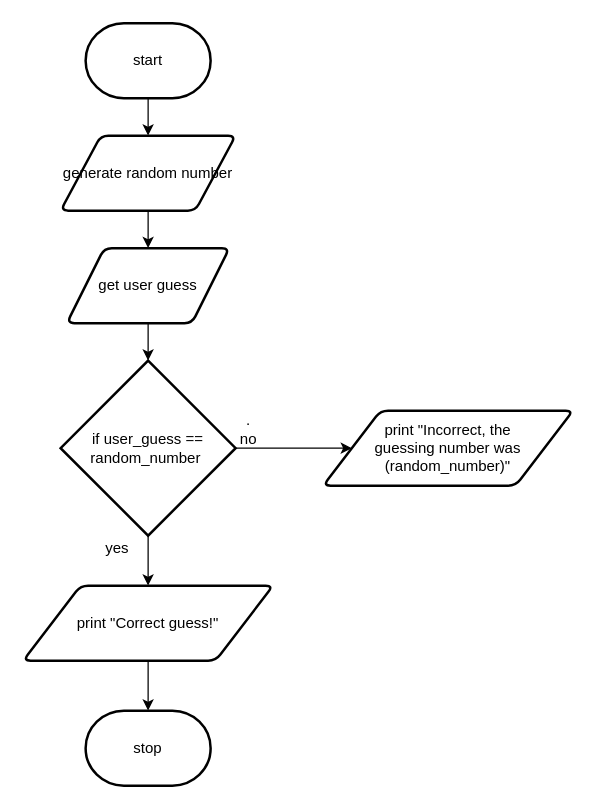
Before: flowchart.drawio in venika-sem/ICS3U-Unit3-06-Python, a draw.io diagram. Source tidied: cells renumbered, new cells numbered last; positions are measured from the earlier drawing's top-left corner, leaving out a move shared by most shapes. Both pictures are drawn from the tidied source at 125%, with x=0, y=0 at pixel (22, 22).
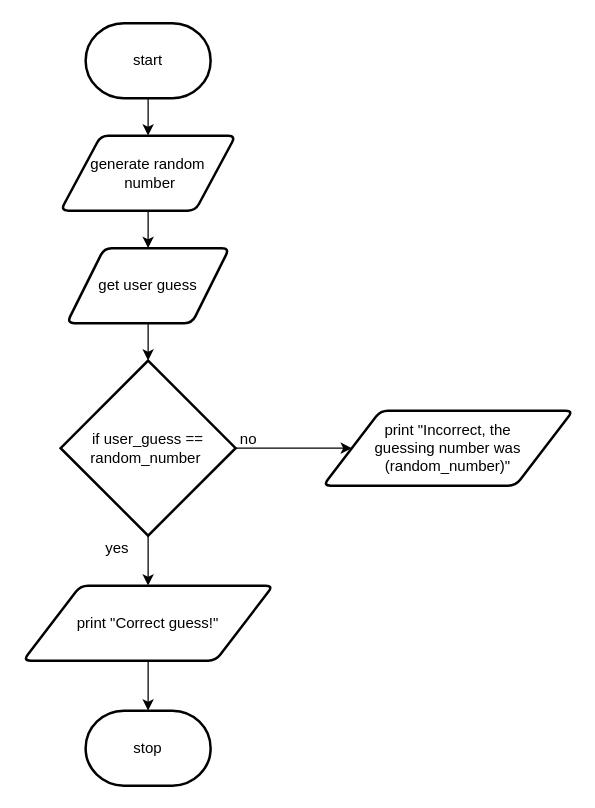
The same diagram, later.

The edit, as a diff of the source:
```diff
@@
 <mxGraphModel>
   <root>
     <mxCell id="0" />
     <mxCell id="1" parent="0" />
     <mxCell id="2" style="edgeStyle=none;html=1;exitX=0.5;exitY=1;exitDx=0;exitDy=0;exitPerimeter=0;" parent="1" edge="1" source="3" target="10">
       <mxGeometry relative="1" as="geometry" />
     </mxCell>
     <mxCell id="3" value="start" style="strokeWidth=2;html=1;shape=mxgraph.flowchart.terminator;whiteSpace=wrap;" parent="1" vertex="1">
       <mxGeometry x="50" width="100" height="60" as="geometry" />
     </mxCell>
     <mxCell id="4" style="edgeStyle=none;html=1;exitX=0.5;exitY=1;exitDx=0;exitDy=0;" parent="1" edge="1" source="5" target="8">
       <mxGeometry relative="1" as="geometry" />
     </mxCell>
     <mxCell id="5" value="get user guess" style="shape=parallelogram;html=1;strokeWidth=2;perimeter=parallelogramPerimeter;whiteSpace=wrap;rounded=1;arcSize=12;size=0.23;" parent="1" vertex="1">
       <mxGeometry x="35" y="180" width="130" height="60" as="geometry" />
     </mxCell>
     <mxCell id="6" style="edgeStyle=none;html=1;exitX=1;exitY=0.5;exitDx=0;exitDy=0;exitPerimeter=0;" parent="1" edge="1" source="8" target="11">
       <mxGeometry relative="1" as="geometry" />
     </mxCell>
     <mxCell id="7" style="edgeStyle=none;html=1;exitX=0.5;exitY=1;exitDx=0;exitDy=0;exitPerimeter=0;" parent="1" edge="1" source="8" target="13">
       <mxGeometry relative="1" as="geometry" />
     </mxCell>
     <mxCell id="8" value="if user_guess == &lt;br&gt;random_number&amp;nbsp;" style="strokeWidth=2;html=1;shape=mxgraph.flowchart.decision;whiteSpace=wrap;" parent="1" vertex="1">
       <mxGeometry x="30" y="270" width="140" height="140" as="geometry" />
     </mxCell>
     <mxCell id="9" style="edgeStyle=none;html=1;exitX=0.5;exitY=1;exitDx=0;exitDy=0;" parent="1" edge="1" source="10" target="5">
       <mxGeometry relative="1" as="geometry" />
     </mxCell>
-    <mxCell id="10" value="generate random number" style="shape=parallelogram;html=1;strokeWidth=2;perimeter=parallelogramPerimeter;whiteSpace=wrap;rounded=1;arcSize=12;size=0.23;" parent="1" vertex="1">
+    <mxCell id="10" value="generate random&lt;br&gt;&amp;nbsp;number" style="shape=parallelogram;html=1;strokeWidth=2;perimeter=parallelogramPerimeter;whiteSpace=wrap;rounded=1;arcSize=12;size=0.23;" parent="1" vertex="1">
       <mxGeometry x="30" y="90" width="140" height="60" as="geometry" />
     </mxCell>
     <mxCell id="11" value="print &quot;Incorrect, the &lt;br&gt;guessing number was (random_number)&quot;" style="shape=parallelogram;html=1;strokeWidth=2;perimeter=parallelogramPerimeter;whiteSpace=wrap;rounded=1;arcSize=12;size=0.23;" parent="1" vertex="1">
       <mxGeometry x="240" y="310" width="200" height="60" as="geometry" />
     </mxCell>
     <mxCell id="12" style="edgeStyle=none;html=1;exitX=0.5;exitY=1;exitDx=0;exitDy=0;" parent="1" edge="1" source="13" target="14">
       <mxGeometry relative="1" as="geometry" />
     </mxCell>
     <mxCell id="13" value="print &quot;Correct guess!&quot;" style="shape=parallelogram;html=1;strokeWidth=2;perimeter=parallelogramPerimeter;whiteSpace=wrap;rounded=1;arcSize=12;size=0.23;" parent="1" vertex="1">
       <mxGeometry y="450" width="200" height="60" as="geometry" />
     </mxCell>
     <mxCell id="14" value="stop" style="strokeWidth=2;html=1;shape=mxgraph.flowchart.terminator;whiteSpace=wrap;" parent="1" vertex="1">
       <mxGeometry x="50" y="550" width="100" height="60" as="geometry" />
     </mxCell>
     <mxCell id="15" value="yes" style="text;html=1;align=center;verticalAlign=middle;fillColor=none;strokeColor=none;rounded=0;" parent="1" vertex="1">
       <mxGeometry x="60" y="410" width="30" height="20" as="geometry" />
     </mxCell>
-    <mxCell id="16" value=".&lt;br&gt;no" style="text;html=1;align=center;verticalAlign=middle;fillColor=none;strokeColor=none;rounded=0;" parent="1" vertex="1">
+    <mxCell id="16" value="&lt;br&gt;no" style="text;html=1;align=center;verticalAlign=middle;fillColor=none;strokeColor=none;rounded=0;" parent="1" vertex="1">
       <mxGeometry x="165" y="310" width="30" height="30" as="geometry" />
     </mxCell>
   </root>
 </mxGraphModel>
```
